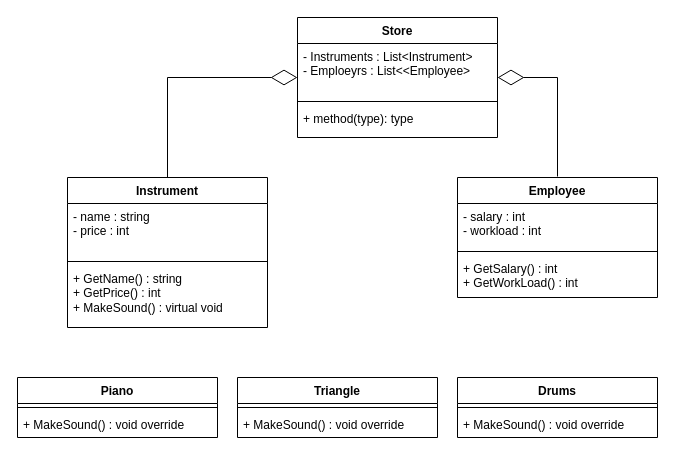
ThomasCharester/BOOPaP_Lab1 keeps this draw.io diagram as BOOP&PLab1.drawio. Above is the earlier version. Source tidied: cells renumbered, new cells numbered last; positions are measured from the earlier drawing's top-left corner, leaving out a move shared by most shapes. Both pictures are drawn from the tidied source at 100%, with x=0, y=0 at pixel (17, 17).
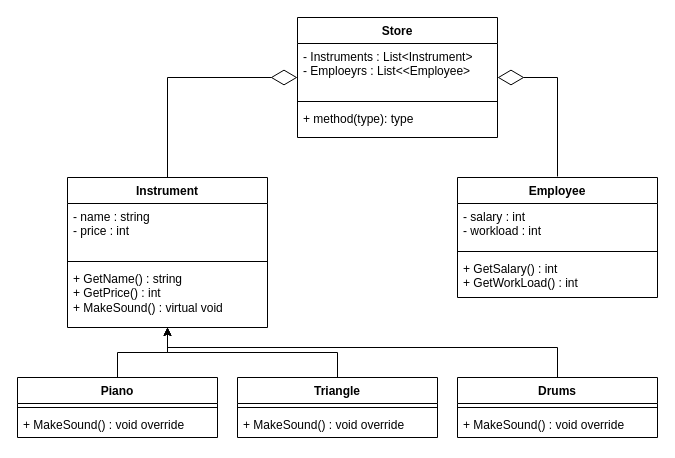
Above is the later version.

Unchanged cells that the change refers to:
```xml
<mxCell id="6" value="Instrument" style="swimlane;fontStyle=1;align=center;verticalAlign=top;horizontal=1;startSize=26;whiteSpace=wrap;html=1;" parent="1" vertex="1">
  <mxGeometry x="50" y="160" width="200" height="150" as="geometry" />
</mxCell>
<mxCell id="16" value="Piano" style="swimlane;fontStyle=1;align=center;verticalAlign=top;horizontal=1;startSize=26;whiteSpace=wrap;html=1;" parent="1" vertex="1">
  <mxGeometry y="360" width="200" height="60" as="geometry" />
</mxCell>
<mxCell id="19" value="Drums" style="swimlane;fontStyle=1;align=center;verticalAlign=top;horizontal=1;startSize=26;whiteSpace=wrap;html=1;" parent="1" vertex="1">
  <mxGeometry x="440" y="360" width="200" height="60" as="geometry" />
</mxCell>
<mxCell id="22" value="Triangle" style="swimlane;fontStyle=1;align=center;verticalAlign=top;horizontal=1;startSize=26;whiteSpace=wrap;html=1;" parent="1" vertex="1">
  <mxGeometry x="220" y="360" width="200" height="60" as="geometry" />
</mxCell>
```

What changed in the source:
```diff
@@
+    <mxCell id="25" style="edgeStyle=orthogonalEdgeStyle;rounded=0;jettySize=auto;html=1;" parent="1" edge="1" source="16" target="6">
+      <mxGeometry relative="1" as="geometry" />
+    </mxCell>
@@
+    <mxCell id="26" style="edgeStyle=orthogonalEdgeStyle;rounded=0;jettySize=auto;html=1;" parent="1" edge="1" source="19" target="6">
+      <mxGeometry relative="1" as="geometry">
+        <Array as="points">
+          <mxPoint x="540" y="330" />
+          <mxPoint x="150" y="330" />
+        </Array>
+      </mxGeometry>
+    </mxCell>
@@
+    <mxCell id="27" style="edgeStyle=orthogonalEdgeStyle;rounded=0;jettySize=auto;html=1;" parent="1" edge="1" source="22" target="6">
+      <mxGeometry relative="1" as="geometry" />
+    </mxCell>
```
